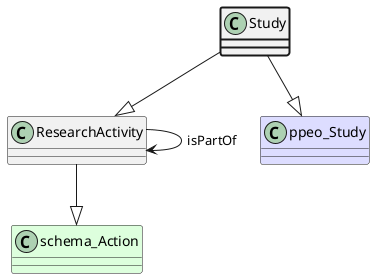
Above: ttl_uml/ttl_appn_Study.png in aus-plant-phenomics-network/appn-schema (PlantUML), before the change. Source of this version:
```plantuml
@startuml
class Study  #line.bold
class ResearchActivity
class schema_Action #DDFFDD
ResearchActivity --|> schema_Action
class ResearchActivity
ResearchActivity --> ResearchActivity : isPartOf
Study --|> ResearchActivity
class ppeo_Study #DDDDFF
Study --|> ppeo_Study
@enduml
```
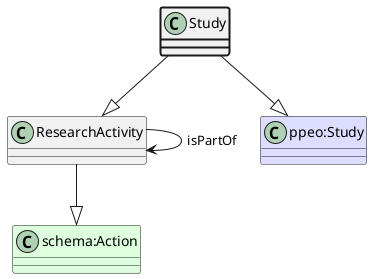
The same file after the commit.

Change to the diagram source:
```diff
@@ -1,11 +1,11 @@
 @startuml
 class Study  #line.bold
 class ResearchActivity
-class schema_Action #DDFFDD
-ResearchActivity --|> schema_Action
+class "schema:Action" #DDFFDD
+ResearchActivity --|> "schema:Action"
 class ResearchActivity
 ResearchActivity --> ResearchActivity : isPartOf
 Study --|> ResearchActivity
-class ppeo_Study #DDDDFF
-Study --|> ppeo_Study
+class "ppeo:Study" #DDDDFF
+Study --|> "ppeo:Study"
 @enduml
```
